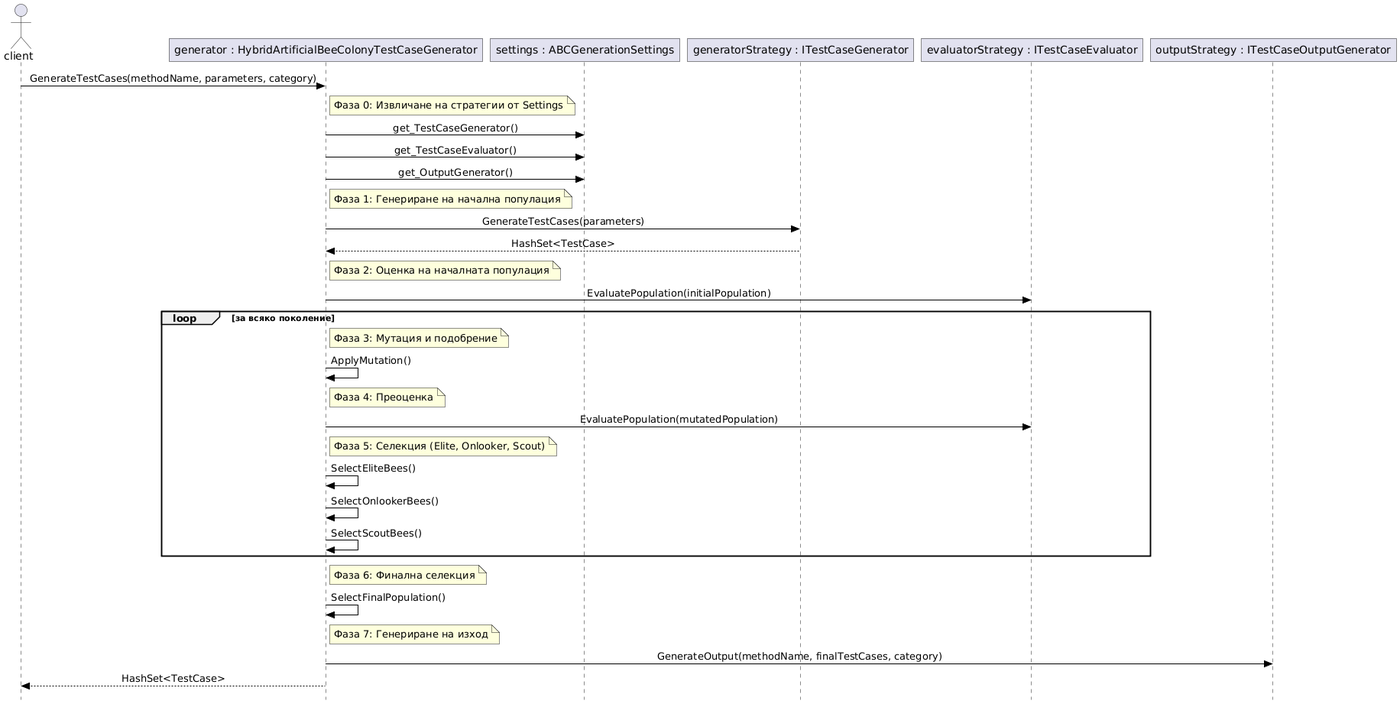
AutomateThePlanet/Testimize keeps this PlantUML diagram as DiagramsEN/3. Sequence Diagrams/sequence_diagram1.png. Above is the earlier version. The source it was exported from:
```plantuml
@startuml
skinparam style strictuml
skinparam roundcorner 0
skinparam ArrowColor Black
skinparam ArrowFontColor Black
skinparam sequenceMessageAlignment center

actor client
participant generator as "generator : HybridArtificialBeeColonyTestCaseGenerator"
participant settings as "settings : ABCGenerationSettings"
participant generatorStrategy as "generatorStrategy : ITestCaseGenerator"
participant evaluatorStrategy as "evaluatorStrategy : ITestCaseEvaluator"
participant outputStrategy as "outputStrategy : ITestCaseOutputGenerator"

client -> generator : GenerateTestCases(methodName, parameters, category)

note right of generator
Фаза 0: Извличане на стратегии от Settings
end note

generator -> settings : get_TestCaseGenerator()
generator -> settings : get_TestCaseEvaluator()
generator -> settings : get_OutputGenerator()

note right of generator
Фаза 1: Генериране на начална популация
end note

generator -> generatorStrategy : GenerateTestCases(parameters)
generatorStrategy --> generator : HashSet<TestCase>

note right of generator
Фаза 2: Оценка на началната популация
end note

generator -> evaluatorStrategy : EvaluatePopulation(initialPopulation)

loop за всяко поколение

    note right of generator
    Фаза 3: Мутация и подобрение
    end note

    generator -> generator : ApplyMutation()

    note right of generator
    Фаза 4: Преоценка
    end note

    generator -> evaluatorStrategy : EvaluatePopulation(mutatedPopulation)

    note right of generator
    Фаза 5: Селекция (Elite, Onlooker, Scout)
    end note

    generator -> generator : SelectEliteBees()
    generator -> generator : SelectOnlookerBees()
    generator -> generator : SelectScoutBees()

end

note right of generator
Фаза 6: Финална селекция
end note

generator -> generator : SelectFinalPopulation()

note right of generator
Фаза 7: Генериране на изход
end note

generator -> outputStrategy : GenerateOutput(methodName, finalTestCases, category)

generator --> client : HashSet<TestCase>
@enduml
```
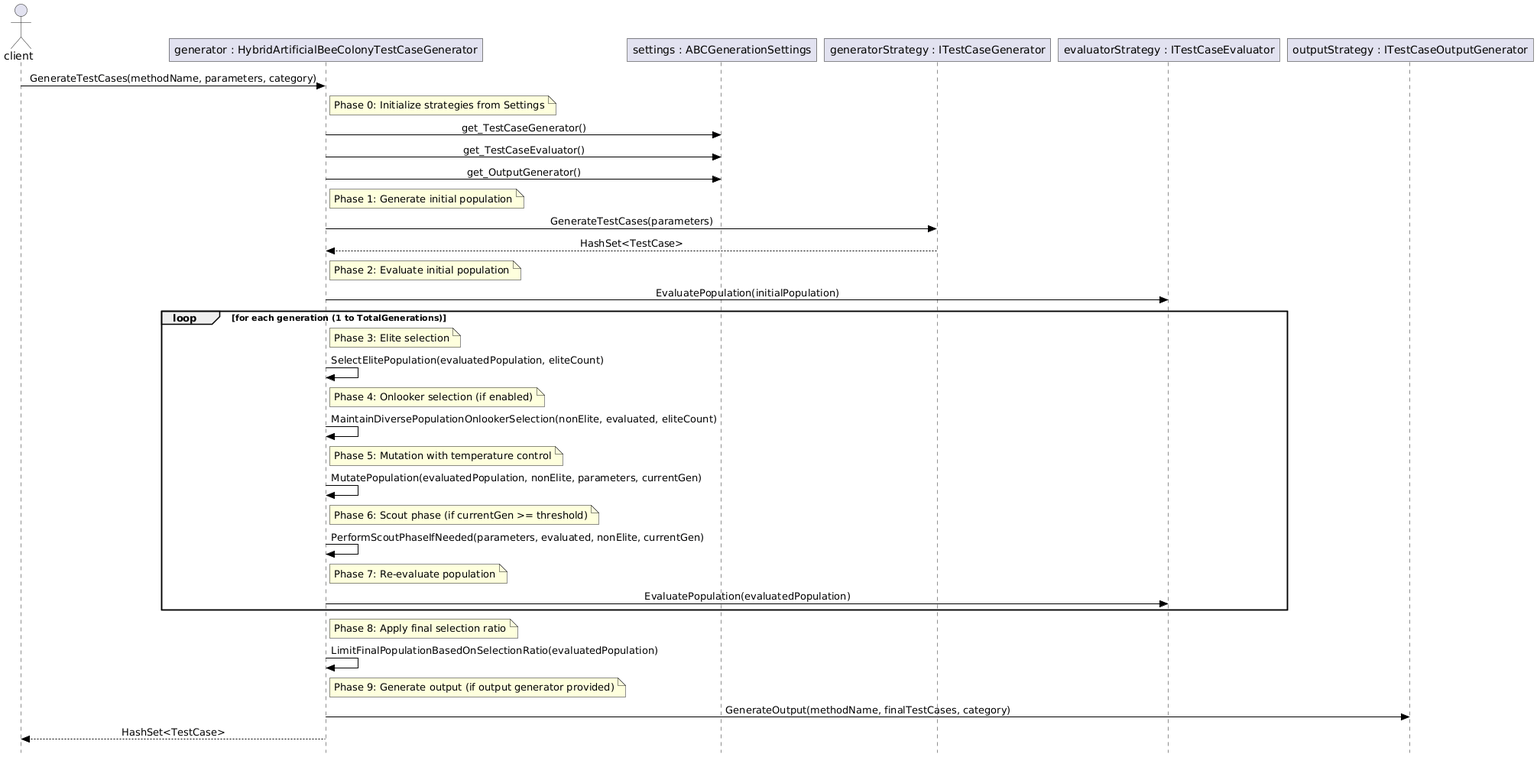
After the change.

What changed in the source:
```diff
@@ -1,4 +1,6 @@
 @startuml
+
+
 skinparam style strictuml
 skinparam roundcorner 0
 skinparam ArrowColor Black
@@ -15,7 +17,7 @@
 client -> generator : GenerateTestCases(methodName, parameters, category)
 
 note right of generator
-Фаза 0: Извличане на стратегии от Settings
+Phase 0: Initialize strategies from Settings
 end note
 
 generator -> settings : get_TestCaseGenerator()
@@ -23,50 +25,60 @@
 generator -> settings : get_OutputGenerator()
 
 note right of generator
-Фаза 1: Генериране на начална популация
+Phase 1: Generate initial population
 end note
 
 generator -> generatorStrategy : GenerateTestCases(parameters)
 generatorStrategy --> generator : HashSet<TestCase>
 
 note right of generator
-Фаза 2: Оценка на началната популация
+Phase 2: Evaluate initial population
 end note
 
 generator -> evaluatorStrategy : EvaluatePopulation(initialPopulation)
 
-loop за всяко поколение
+loop for each generation (1 to TotalGenerations)
 
     note right of generator
-    Фаза 3: Мутация и подобрение
+    Phase 3: Elite selection
     end note
 
-    generator -> generator : ApplyMutation()
+    generator -> generator : SelectElitePopulation(evaluatedPopulation, eliteCount)
 
     note right of generator
-    Фаза 4: Преоценка
+    Phase 4: Onlooker selection (if enabled)
     end note
 
-    generator -> evaluatorStrategy : EvaluatePopulation(mutatedPopulation)
+    generator -> generator : MaintainDiversePopulationOnlookerSelection(nonElite, evaluated, eliteCount)
 
     note right of generator
-    Фаза 5: Селекция (Elite, Onlooker, Scout)
+    Phase 5: Mutation with temperature control
     end note
 
-    generator -> generator : SelectEliteBees()
-    generator -> generator : SelectOnlookerBees()
-    generator -> generator : SelectScoutBees()
+    generator -> generator : MutatePopulation(evaluatedPopulation, nonElite, parameters, currentGen)
+
+    note right of generator
+    Phase 6: Scout phase (if currentGen >= threshold)
+    end note
+
+    generator -> generator : PerformScoutPhaseIfNeeded(parameters, evaluated, nonElite, currentGen)
+
+    note right of generator
+    Phase 7: Re-evaluate population
+    end note
+
+    generator -> evaluatorStrategy : EvaluatePopulation(evaluatedPopulation)
 
 end
 
 note right of generator
-Фаза 6: Финална селекция
+Phase 8: Apply final selection ratio
 end note
 
-generator -> generator : SelectFinalPopulation()
+generator -> generator : LimitFinalPopulationBasedOnSelectionRatio(evaluatedPopulation)
 
 note right of generator
-Фаза 7: Генериране на изход
+Phase 9: Generate output (if output generator provided)
 end note
 
 generator -> outputStrategy : GenerateOutput(methodName, finalTestCases, category)
```
